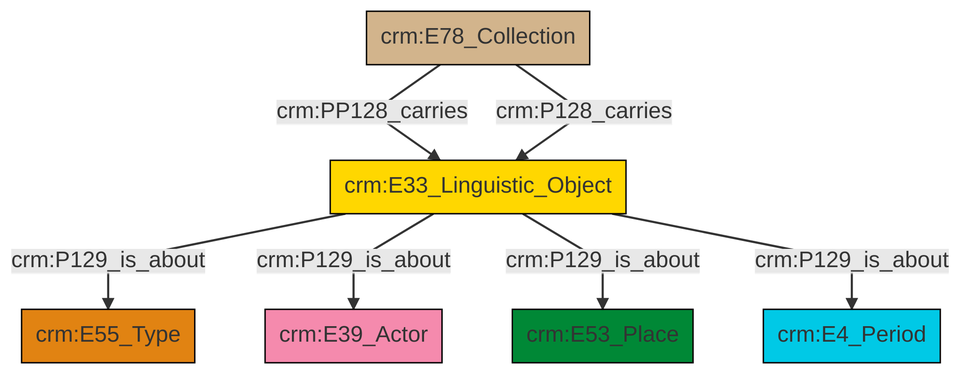
Before: et/archivalCSV/ttl/mmd/png/archival_aboutness.png, a diagram exported from Mermaid (swiss-art-research-net/docs.swissartresearch). Its source is kept beside it as et/archivalCSV/ttl/mmd/archival_aboutness.ttl.mmd.
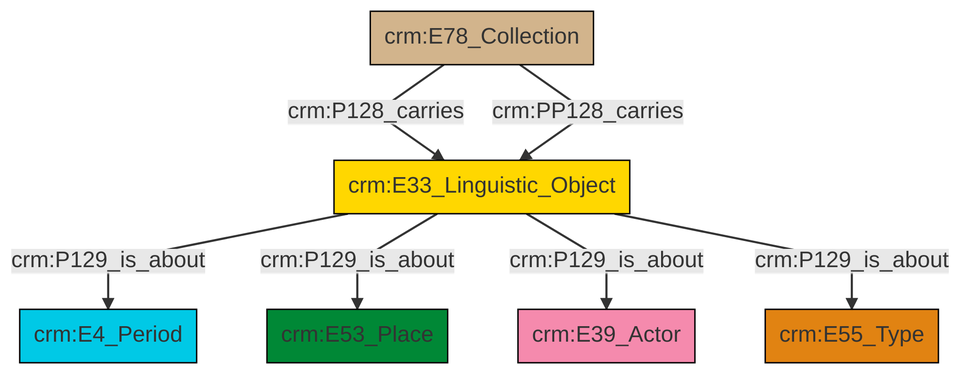
Later version of the same file.

What changed in the source:
```diff
@@ -13,9 +13,9 @@
 classDef PC_Classes fill:#4ce600, stroke:#000000;
 classDef Multi fill:#cccccc,stroke:#000000;
 
-4["crm:E33_Linguistic_Object"]:::Conceptual_Object -->|crm:P129_is_about| 5["crm:E55_Type"]:::Type
-2["crm:E78_Collection"]:::Physical_Thing -->|crm:PP128_carries| 4["crm:E33_Linguistic_Object"]:::Conceptual_Object
-2["crm:E78_Collection"]:::Physical_Thing -->|crm:P128_carries| 4["crm:E33_Linguistic_Object"]:::Conceptual_Object
-4["crm:E33_Linguistic_Object"]:::Conceptual_Object -->|crm:P129_is_about| 0["crm:E39_Actor"]:::Actor
-4["crm:E33_Linguistic_Object"]:::Conceptual_Object -->|crm:P129_is_about| 10["crm:E53_Place"]:::Place
-4["crm:E33_Linguistic_Object"]:::Conceptual_Object -->|crm:P129_is_about| 6["crm:E4_Period"]:::Temporal_Entity
+0["crm:E78_Collection"]:::Physical_Thing -->|crm:P128_carries| 1["crm:E33_Linguistic_Object"]:::Conceptual_Object
+0["crm:E78_Collection"]:::Physical_Thing -->|crm:PP128_carries| 1["crm:E33_Linguistic_Object"]:::Conceptual_Object
+1["crm:E33_Linguistic_Object"]:::Conceptual_Object -->|crm:P129_is_about| 2["crm:E4_Period"]:::Temporal_Entity
+1["crm:E33_Linguistic_Object"]:::Conceptual_Object -->|crm:P129_is_about| 4["crm:E53_Place"]:::Place
+1["crm:E33_Linguistic_Object"]:::Conceptual_Object -->|crm:P129_is_about| 5["crm:E39_Actor"]:::Actor
+1["crm:E33_Linguistic_Object"]:::Conceptual_Object -->|crm:P129_is_about| 9["crm:E55_Type"]:::Type
```
